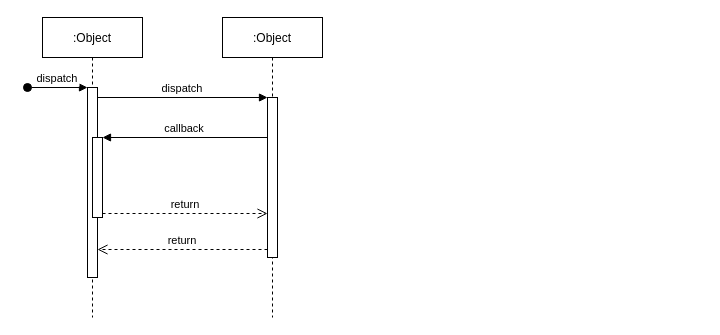
The draw.io diagram 日志收集上传.drawio in aaaaaAndy/picture, before the edit. Source tidied: cells renumbered, new cells numbered last; positions are measured from the earlier drawing's top-left corner, leaving out a move shared by most shapes. Both pictures are drawn from the tidied source at 100%, with x=0, y=0 at pixel (27, 17).
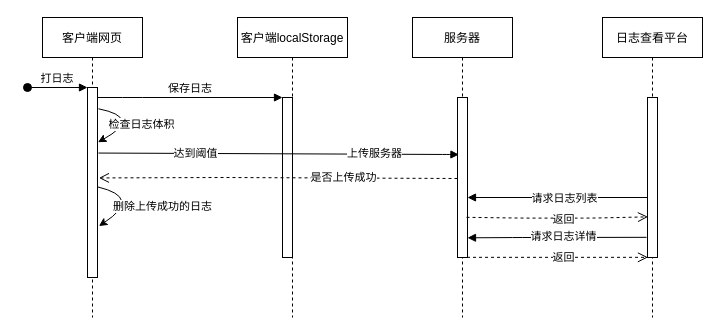
The same diagram, later.

Commit message (it also covers changes not shown here):
Update 日志收集上传.drawio

Unchanged cells that the change refers to:
```xml
<mxCell id="3" style="points=[];perimeter=orthogonalPerimeter;rounded=0;shadow=0;strokeWidth=1;" parent="2" vertex="1">
  <mxGeometry x="45" y="70" width="10" height="190" as="geometry" />
</mxCell>
<mxCell id="7" style="points=[];perimeter=orthogonalPerimeter;rounded=0;shadow=0;strokeWidth=1;" parent="6" vertex="1">
  <mxGeometry x="45" y="80" width="10" height="160" as="geometry" />
</mxCell>
```

Change to the diagram source:
```diff
@@
-    <mxCell id="2" value=":Object" style="shape=umlLifeline;perimeter=lifelinePerimeter;rounded=0;shadow=0;strokeWidth=1;" parent="1" vertex="1">
+    <mxCell id="2" value="客户端网页" style="shape=umlLifeline;perimeter=lifelinePerimeter;rounded=0;shadow=0;strokeWidth=1;" parent="1" vertex="1">
       <mxGeometry x="15" width="100" height="300" as="geometry" />
     </mxCell>
@@
-    <mxCell id="4" value="dispatch" style="verticalAlign=bottom;startArrow=oval;endArrow=block;startSize=8;shadow=0;strokeWidth=1;" parent="2" edge="1" target="3">
+    <mxCell id="4" value="打日志" style="verticalAlign=bottom;startArrow=oval;endArrow=block;startSize=8;shadow=0;strokeWidth=1;" parent="2" edge="1" target="3">
       <mxGeometry relative="1" as="geometry">
         <mxPoint x="-15" y="70" as="sourcePoint" />
       </mxGeometry>
     </mxCell>
-    <mxCell id="5" style="points=[];perimeter=orthogonalPerimeter;rounded=0;shadow=0;strokeWidth=1;" parent="2" vertex="1">
-      <mxGeometry x="50" y="120" width="10" height="80" as="geometry" />
-    </mxCell>
+    <mxCell id="12" style="curved=1;endArrow=classic;html=1;exitX=1.095;exitY=0.112;exitDx=0;exitDy=0;exitPerimeter=0;entryX=1.048;entryY=0.288;entryDx=0;entryDy=0;entryPerimeter=0;" parent="2" edge="1" source="3" target="3">
+      <mxGeometry relative="1" as="geometry">
+        <Array as="points">
+          <mxPoint x="100" y="100" />
+        </Array>
+      </mxGeometry>
+    </mxCell>
+    <mxCell id="13" value="检查日志体积" style="edgeLabel;html=1;align=center;verticalAlign=middle;" parent="12" vertex="1">
+      <mxGeometry x="0.42" y="-5" relative="1" as="geometry">
+        <mxPoint x="21" as="offset" />
+      </mxGeometry>
+    </mxCell>
+    <mxCell id="14" style="curved=1;endArrow=classic;html=1;exitX=1;exitY=0.523;exitDx=0;exitDy=0;exitPerimeter=0;entryX=1.143;entryY=0.729;entryDx=0;entryDy=0;entryPerimeter=0;" parent="2" edge="1" source="3" target="3">
+      <mxGeometry relative="1" as="geometry">
+        <Array as="points">
+          <mxPoint x="100" y="180" />
+        </Array>
+      </mxGeometry>
+    </mxCell>
+    <mxCell id="15" value="删除上传成功的日志" style="edgeLabel;html=1;align=center;verticalAlign=middle;" parent="14" vertex="1">
+      <mxGeometry x="0.42" y="-5" relative="1" as="geometry">
+        <mxPoint x="42" as="offset" />
+      </mxGeometry>
+    </mxCell>
-    <mxCell id="6" value=":Object" style="shape=umlLifeline;perimeter=lifelinePerimeter;rounded=0;shadow=0;strokeWidth=1;" parent="1" vertex="1">
-      <mxGeometry x="195" width="100" height="300" as="geometry" />
+    <mxCell id="6" value="客户端localStorage" style="shape=umlLifeline;perimeter=lifelinePerimeter;rounded=0;shadow=0;strokeWidth=1;" parent="1" vertex="1">
+      <mxGeometry x="210" width="110" height="300" as="geometry" />
     </mxCell>
@@
-    <mxCell id="8" value="return" style="verticalAlign=bottom;endArrow=open;dashed=1;endSize=8;exitX=0;exitY=0.95;shadow=0;strokeWidth=1;" parent="1" edge="1" source="7" target="3">
-      <mxGeometry relative="1" as="geometry" />
-    </mxCell>
-    <mxCell id="9" value="dispatch" style="verticalAlign=bottom;endArrow=block;entryX=0;entryY=0;shadow=0;strokeWidth=1;" parent="1" edge="1" source="3" target="7">
-      <mxGeometry relative="1" as="geometry" />
+    <mxCell id="9" value="保存日志" style="verticalAlign=bottom;endArrow=block;entryX=0;entryY=0;shadow=0;strokeWidth=1;" parent="1" edge="1" source="3" target="7">
+      <mxGeometry relative="1" as="geometry">
+        <Array as="points">
+          <mxPoint x="105" y="80" />
+        </Array>
+      </mxGeometry>
     </mxCell>
-    <mxCell id="10" value="callback" style="verticalAlign=bottom;endArrow=block;entryX=1;entryY=0;shadow=0;strokeWidth=1;" parent="1" edge="1" source="7" target="5">
-      <mxGeometry relative="1" as="geometry" />
-    </mxCell>
-    <mxCell id="11" value="return" style="verticalAlign=bottom;endArrow=open;dashed=1;endSize=8;exitX=1;exitY=0.95;shadow=0;strokeWidth=1;" parent="1" edge="1" source="5" target="7">
-      <mxGeometry relative="1" as="geometry" />
-    </mxCell>
+    <mxCell id="16" value="服务器" style="shape=umlLifeline;perimeter=lifelinePerimeter;rounded=0;shadow=0;strokeWidth=1;" parent="1" vertex="1">
+      <mxGeometry x="385" width="100" height="300" as="geometry" />
+    </mxCell>
+    <mxCell id="17" style="points=[];perimeter=orthogonalPerimeter;rounded=0;shadow=0;strokeWidth=1;" parent="16" vertex="1">
+      <mxGeometry x="45" y="80" width="10" height="160" as="geometry" />
+    </mxCell>
+    <mxCell id="18" value="日志查看平台" style="shape=umlLifeline;perimeter=lifelinePerimeter;rounded=0;shadow=0;strokeWidth=1;" parent="1" vertex="1">
+      <mxGeometry x="575" width="100" height="300" as="geometry" />
+    </mxCell>
+    <mxCell id="19" style="points=[];perimeter=orthogonalPerimeter;rounded=0;shadow=0;strokeWidth=1;" parent="18" vertex="1">
+      <mxGeometry x="45" y="80" width="10" height="160" as="geometry" />
+    </mxCell>
+    <mxCell id="20" style="verticalAlign=bottom;endArrow=block;shadow=0;strokeWidth=1;entryX=0.143;entryY=0.357;entryDx=0;entryDy=0;entryPerimeter=0;exitX=1.095;exitY=0.345;exitDx=0;exitDy=0;exitPerimeter=0;" parent="1" edge="1" source="3" target="17">
+      <mxGeometry relative="1" as="geometry">
+        <Array as="points">
+          <mxPoint x="425" y="137" />
+        </Array>
+      </mxGeometry>
+    </mxCell>
+    <mxCell id="21" value="上传服务器" style="edgeLabel;html=1;align=center;verticalAlign=middle;" parent="20" vertex="1">
+      <mxGeometry x="0.39" y="1" relative="1" as="geometry">
+        <mxPoint x="25" as="offset" />
+      </mxGeometry>
+    </mxCell>
+    <mxCell id="22" value="达到阈值" style="edgeLabel;html=1;align=center;verticalAlign=middle;" parent="20" vertex="1">
+      <mxGeometry x="-0.46" relative="1" as="geometry" />
+    </mxCell>
+    <mxCell id="23" style="verticalAlign=bottom;endArrow=open;dashed=1;endSize=8;exitX=0;exitY=0.95;shadow=0;strokeWidth=1;entryX=1.143;entryY=0.476;entryDx=0;entryDy=0;entryPerimeter=0;" parent="1" edge="1" target="3">
+      <mxGeometry relative="1" as="geometry">
+        <mxPoint x="430" y="161" as="sourcePoint" />
+        <Array as="points">
+          <mxPoint x="195" y="160" />
+        </Array>
+      </mxGeometry>
+    </mxCell>
+    <mxCell id="24" value="是否上传成功" style="edgeLabel;html=1;align=center;verticalAlign=middle;" parent="23" vertex="1">
+      <mxGeometry x="-0.23" y="-1" relative="1" as="geometry">
+        <mxPoint x="23" as="offset" />
+      </mxGeometry>
+    </mxCell>
+    <mxCell id="25" style="verticalAlign=bottom;endArrow=block;shadow=0;strokeWidth=1;" parent="1" edge="1" source="19">
+      <mxGeometry relative="1" as="geometry">
+        <mxPoint x="440" y="180" as="targetPoint" />
+      </mxGeometry>
+    </mxCell>
+    <mxCell id="26" value="请求日志列表" style="edgeLabel;html=1;align=center;verticalAlign=middle;" parent="25" vertex="1">
+      <mxGeometry x="-0.14" relative="1" as="geometry">
+        <mxPoint x="-7" as="offset" />
+      </mxGeometry>
+    </mxCell>
+    <mxCell id="27" style="verticalAlign=bottom;endArrow=open;dashed=1;endSize=8;shadow=0;strokeWidth=1;exitX=0.905;exitY=0.749;exitDx=0;exitDy=0;exitPerimeter=0;entryX=0.048;entryY=0.746;entryDx=0;entryDy=0;entryPerimeter=0;" parent="1" edge="1" source="17" target="19">
+      <mxGeometry relative="1" as="geometry">
+        <Array as="points">
+          <mxPoint x="495" y="200.6" />
+          <mxPoint x="565" y="200.6" />
+        </Array>
+      </mxGeometry>
+    </mxCell>
+    <mxCell id="28" value="返回" style="edgeLabel;html=1;align=center;verticalAlign=middle;" parent="27" vertex="1">
+      <mxGeometry x="-0.03" y="-1" relative="1" as="geometry">
+        <mxPoint x="8" as="offset" />
+      </mxGeometry>
+    </mxCell>
+    <mxCell id="29" style="verticalAlign=bottom;endArrow=block;shadow=0;strokeWidth=1;exitX=-0.095;exitY=0.874;exitDx=0;exitDy=0;exitPerimeter=0;entryX=1;entryY=0.877;entryDx=0;entryDy=0;entryPerimeter=0;" parent="1" edge="1" source="19" target="17">
+      <mxGeometry relative="1" as="geometry">
+        <Array as="points">
+          <mxPoint x="495" y="220" />
+        </Array>
+      </mxGeometry>
+    </mxCell>
+    <mxCell id="30" value="请求日志详情" style="edgeLabel;html=1;align=center;verticalAlign=middle;" parent="29" vertex="1">
+      <mxGeometry x="0.08" y="-1" relative="1" as="geometry">
+        <mxPoint x="13" as="offset" />
+      </mxGeometry>
+    </mxCell>
+    <mxCell id="31" style="verticalAlign=bottom;endArrow=open;dashed=1;endSize=8;shadow=0;strokeWidth=1;exitX=0.952;exitY=0.999;exitDx=0;exitDy=0;exitPerimeter=0;entryX=0.048;entryY=0.999;entryDx=0;entryDy=0;entryPerimeter=0;" parent="1" edge="1" source="17" target="19">
+      <mxGeometry relative="1" as="geometry" />
+    </mxCell>
+    <mxCell id="32" value="返回" style="edgeLabel;html=1;align=center;verticalAlign=middle;" parent="31" vertex="1">
+      <mxGeometry x="-0.07" y="1" relative="1" as="geometry">
+        <mxPoint x="12" y="1" as="offset" />
+      </mxGeometry>
+    </mxCell>
```
